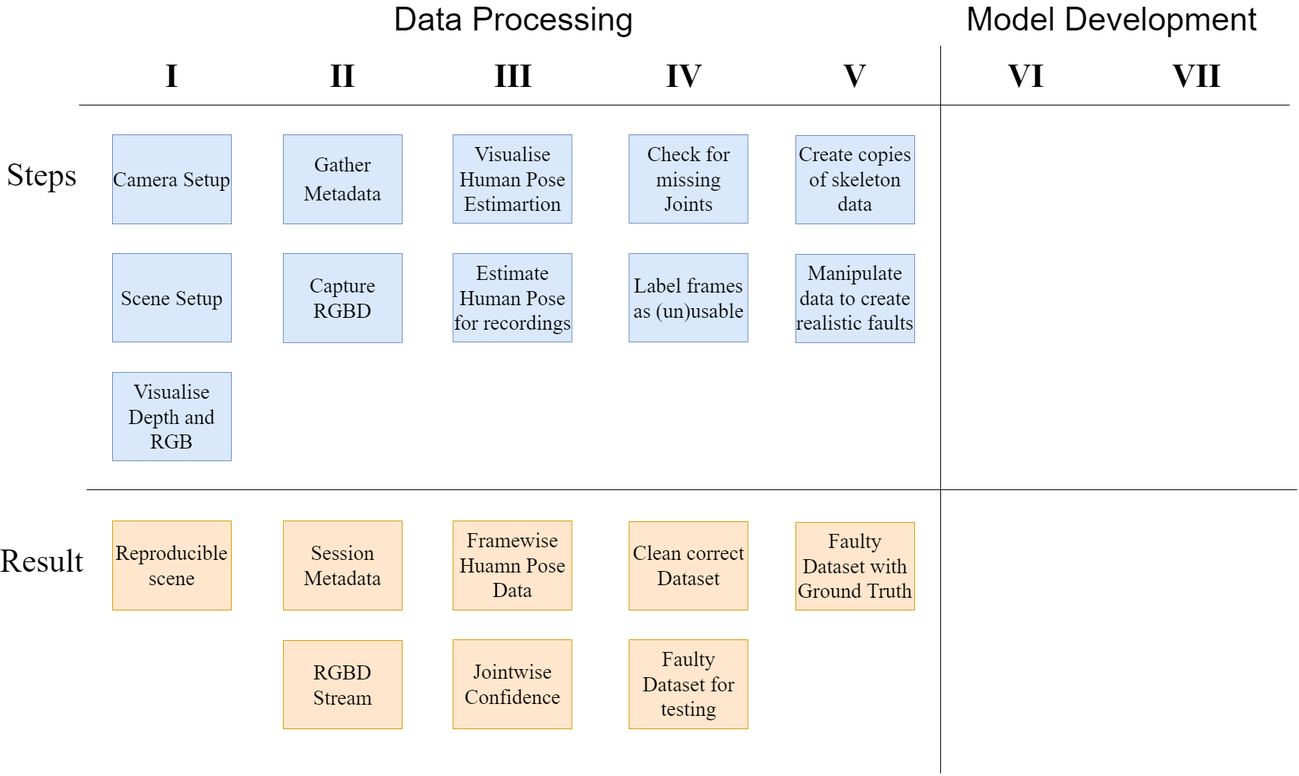
Before: docs/Thesis/figures/ProcessingPipeline/ProcessingPipeline.png, a diagram exported from draw.io (LeonardoPohl/FESD). Source tidied: cells renumbered, new cells last; positions are measured from the earlier drawing's top-left corner, leaving out a move shared by most shapes.
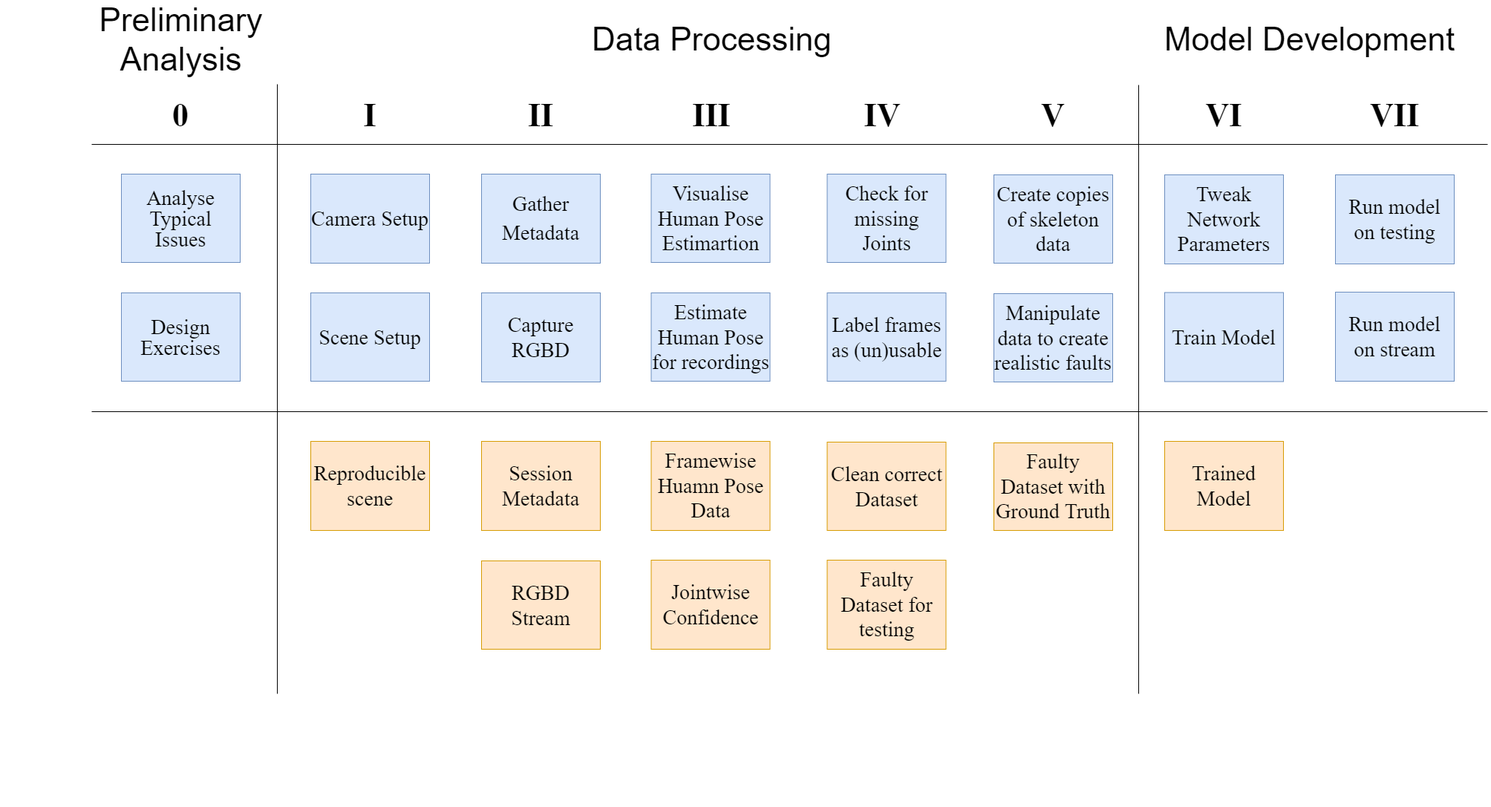
The same diagram one commit later.

Commit message:
Extended Pipeline

The edit, as a diff of the source:
```diff
@@ -7,12 +7,12 @@
     </mxCell>
     <mxCell id="3" style="endArrow=none;html=1;rounded=0;fontFamily=Times New Roman;fontSize=22;" parent="2" edge="1">
       <mxGeometry relative="1" as="geometry">
-        <mxPoint x="-230" y="568" as="sourcePoint" />
-        <mxPoint x="1400" y="568" as="targetPoint" />
+        <mxPoint x="-490" y="410" as="sourcePoint" />
+        <mxPoint x="1390" y="410" as="targetPoint" />
       </mxGeometry>
     </mxCell>
     <mxCell id="4" value="&lt;div style=&quot;font-size: 28px;&quot;&gt;&lt;font style=&quot;font-size: 28px;&quot;&gt;Session Metadata&lt;/font&gt;&lt;/div&gt;" style="rounded=0;whiteSpace=wrap;html=1;fontFamily=Times New Roman;fontSize=28;fillColor=#ffe6cc;strokeColor=#d79b00;" parent="2" vertex="1">
-      <mxGeometry x="35" y="610" width="160" height="120" as="geometry" />
+      <mxGeometry x="35" y="450" width="160" height="120" as="geometry" />
     </mxCell>
     <mxCell id="5" value="&lt;p style=&quot;line-height: 70%; font-size: 28px;&quot;&gt;&lt;font style=&quot;font-size: 28px;&quot;&gt;Gather&lt;br&gt;&lt;br&gt;Metadata&lt;br style=&quot;font-size: 28px;&quot;&gt;&lt;/font&gt;&lt;/p&gt;" style="rounded=0;whiteSpace=wrap;html=1;fontFamily=Times New Roman;fontSize=28;fillColor=#dae8fc;strokeColor=#6c8ebf;" parent="2" vertex="1">
       <mxGeometry x="35" y="90" width="160" height="120" as="geometry" />
@@ -30,11 +30,8 @@
       <mxGeometry x="35" y="250" width="160" height="119" as="geometry" />
     </mxCell>
     <mxCell id="10" value="&lt;font style=&quot;font-size: 28px;&quot;&gt;Reproducible scene&lt;/font&gt;" style="rounded=0;whiteSpace=wrap;html=1;fontFamily=Times New Roman;fontSize=28;fillColor=#ffe6cc;strokeColor=#d79b00;" parent="7" vertex="1">
-      <mxGeometry x="35" y="610" width="160" height="120" as="geometry" />
+      <mxGeometry x="35" y="450" width="160" height="120" as="geometry" />
     </mxCell>
-    <mxCell id="11" value="Visualise Depth and RGB" style="rounded=0;whiteSpace=wrap;html=1;fontFamily=Times New Roman;fontSize=28;fillColor=#dae8fc;strokeColor=#6c8ebf;" parent="7" vertex="1">
-      <mxGeometry x="35" y="410" width="160" height="119" as="geometry" />
-    </mxCell>
     <mxCell id="12" value="&lt;font style=&quot;font-size: 44px;&quot; face=&quot;Times New Roman&quot;&gt;IV&lt;/font&gt;" style="swimlane;whiteSpace=wrap;html=1;strokeColor=none;fillColor=none;swimlaneLine=0;" parent="1" vertex="1">
       <mxGeometry x="780" y="80" width="230" height="730" as="geometry" />
     </mxCell>
@@ -42,7 +39,7 @@
       <mxGeometry x="40.5" y="90" width="160" height="119" as="geometry" />
     </mxCell>
     <mxCell id="14" value="&lt;div style=&quot;font-size: 28px;&quot;&gt;&lt;font style=&quot;font-size: 28px;&quot;&gt;Clean correct Dataset&lt;/font&gt;&lt;/div&gt;" style="rounded=0;whiteSpace=wrap;html=1;fontFamily=Times New Roman;fontSize=28;fillColor=#ffe6cc;strokeColor=#d79b00;" parent="12" vertex="1">
-      <mxGeometry x="40.5" y="611" width="160" height="119" as="geometry" />
+      <mxGeometry x="40.5" y="451" width="160" height="119" as="geometry" />
     </mxCell>
     <mxCell id="15" value="Label frames as (un)usable" style="rounded=0;whiteSpace=wrap;html=1;fontFamily=Times New Roman;fontSize=28;fillColor=#dae8fc;strokeColor=#6c8ebf;" parent="12" vertex="1">
       <mxGeometry x="40.5" y="250" width="160" height="119" as="geometry" />
@@ -57,7 +54,7 @@
       <mxGeometry x="33.5" y="250" width="160" height="119" as="geometry" />
     </mxCell>
     <mxCell id="19" value="&lt;div style=&quot;font-size: 28px;&quot;&gt;&lt;font style=&quot;font-size: 28px;&quot;&gt;Framewise Huamn Pose Data&lt;/font&gt;&lt;/div&gt;" style="rounded=0;whiteSpace=wrap;html=1;fontFamily=Times New Roman;fontSize=28;fillColor=#ffe6cc;strokeColor=#d79b00;" parent="16" vertex="1">
-      <mxGeometry x="33.5" y="610" width="160" height="120" as="geometry" />
+      <mxGeometry x="33.5" y="450" width="160" height="120" as="geometry" />
     </mxCell>
     <mxCell id="20" value="&lt;font style=&quot;font-size: 44px;&quot; face=&quot;Times New Roman&quot;&gt;V&lt;/font&gt;" style="swimlane;whiteSpace=wrap;html=1;strokeColor=none;fillColor=none;swimlaneLine=0;" parent="1" vertex="1">
       <mxGeometry x="1010" y="80" width="230" height="670" as="geometry" />
@@ -71,44 +68,71 @@
     <mxCell id="23" value="&lt;font style=&quot;font-size: 44px;&quot; face=&quot;Times New Roman&quot;&gt;VII&lt;/font&gt;" style="swimlane;whiteSpace=wrap;html=1;startSize=23;strokeColor=none;fillColor=none;swimlaneLine=0;" parent="1" vertex="1">
       <mxGeometry x="1470" y="80" width="230" height="670" as="geometry" />
     </mxCell>
+    <mxCell id="35" value="&lt;p style=&quot;line-height: 120%; font-size: 28px;&quot;&gt;&lt;font style=&quot;font-size: 28px;&quot;&gt;Run model on testing&lt;br style=&quot;font-size: 28px;&quot;&gt;&lt;/font&gt;&lt;/p&gt;" style="rounded=0;whiteSpace=wrap;html=1;fontFamily=Times New Roman;fontSize=28;fillColor=#dae8fc;strokeColor=#6c8ebf;" parent="23" vertex="1">
+      <mxGeometry x="35" y="91" width="160" height="120" as="geometry" />
+    </mxCell>
+    <mxCell id="36" value="&lt;p style=&quot;line-height: 120%; font-size: 28px;&quot;&gt;&lt;font style=&quot;font-size: 28px;&quot;&gt;Run model on stream&lt;br style=&quot;font-size: 28px;&quot;&gt;&lt;/font&gt;&lt;/p&gt;" style="rounded=0;whiteSpace=wrap;html=1;fontFamily=Times New Roman;fontSize=28;fillColor=#dae8fc;strokeColor=#6c8ebf;" parent="23" vertex="1">
+      <mxGeometry x="35" y="249" width="160" height="120" as="geometry" />
+    </mxCell>
     <mxCell id="24" value="&lt;font style=&quot;font-size: 44px;&quot; face=&quot;Times New Roman&quot;&gt;VI&lt;/font&gt;" style="swimlane;whiteSpace=wrap;html=1;strokeColor=none;fillColor=none;swimlaneLine=0;" parent="1" vertex="1">
       <mxGeometry x="1240" y="80" width="230" height="670" as="geometry" />
     </mxCell>
+    <mxCell id="37" value="&lt;p style=&quot;line-height: 120%; font-size: 28px;&quot;&gt;&lt;font style=&quot;font-size: 28px;&quot;&gt;Tweak Network Parameters&lt;br style=&quot;font-size: 28px;&quot;&gt;&lt;/font&gt;&lt;/p&gt;" style="rounded=0;whiteSpace=wrap;html=1;fontFamily=Times New Roman;fontSize=28;fillColor=#dae8fc;strokeColor=#6c8ebf;" parent="24" vertex="1">
+      <mxGeometry x="35" y="91" width="160" height="120" as="geometry" />
+    </mxCell>
+    <mxCell id="38" value="&lt;p style=&quot;line-height: 70%; font-size: 28px;&quot;&gt;&lt;font style=&quot;font-size: 28px;&quot;&gt;Train Model&lt;/font&gt;&lt;/p&gt;" style="rounded=0;whiteSpace=wrap;html=1;fontFamily=Times New Roman;fontSize=28;fillColor=#dae8fc;strokeColor=#6c8ebf;" parent="24" vertex="1">
+      <mxGeometry x="35" y="249.5" width="160" height="120" as="geometry" />
+    </mxCell>
+    <mxCell id="39" value="&lt;div style=&quot;font-size: 28px;&quot;&gt;&lt;font style=&quot;font-size: 28px;&quot;&gt;Trained Model&lt;/font&gt;&lt;/div&gt;" style="rounded=0;whiteSpace=wrap;html=1;fontFamily=Times New Roman;fontSize=28;fillColor=#ffe6cc;strokeColor=#d79b00;" parent="24" vertex="1">
+      <mxGeometry x="35" y="450" width="160" height="120" as="geometry" />
+    </mxCell>
     <mxCell id="25" style="endArrow=none;html=1;rounded=0;fontFamily=Times New Roman;fontSize=22;" parent="1" edge="1">
       <mxGeometry relative="1" as="geometry">
-        <mxPoint x="80" y="130" as="sourcePoint" />
+        <mxPoint x="-170" y="130" as="sourcePoint" />
         <mxPoint x="1710" y="130" as="targetPoint" />
       </mxGeometry>
     </mxCell>
-    <mxCell id="26" value="&lt;font style=&quot;font-size: 44px;&quot;&gt;Steps&lt;/font&gt;" style="text;html=1;strokeColor=none;fillColor=none;align=center;verticalAlign=middle;whiteSpace=wrap;rounded=0;fontSize=22;fontFamily=Times New Roman;" parent="1" vertex="1">
-      <mxGeometry y="210" width="60" height="30" as="geometry" />
-    </mxCell>
-    <mxCell id="27" value="&lt;font style=&quot;font-size: 44px;&quot;&gt;Result&lt;/font&gt;" style="text;html=1;strokeColor=none;fillColor=none;align=center;verticalAlign=middle;whiteSpace=wrap;rounded=0;fontSize=22;fontFamily=Times New Roman;" parent="1" vertex="1">
-      <mxGeometry y="730" width="60" height="30" as="geometry" />
-    </mxCell>
     <mxCell id="28" value="&lt;div style=&quot;font-size: 28px;&quot;&gt;&lt;font style=&quot;font-size: 28px;&quot;&gt;RGBD Stream&lt;/font&gt;&lt;/div&gt;" style="rounded=0;whiteSpace=wrap;html=1;fontFamily=Times New Roman;fontSize=28;fillColor=#ffe6cc;strokeColor=#d79b00;" parent="1" vertex="1">
-      <mxGeometry x="355" y="851" width="160" height="119" as="geometry" />
+      <mxGeometry x="355" y="691" width="160" height="119" as="geometry" />
     </mxCell>
     <mxCell id="29" value="&lt;div style=&quot;font-size: 28px;&quot;&gt;&lt;font style=&quot;font-size: 28px;&quot;&gt;Jointwise Confidence&lt;/font&gt;&lt;/div&gt;" style="rounded=0;whiteSpace=wrap;html=1;fontFamily=Times New Roman;fontSize=28;fillColor=#ffe6cc;strokeColor=#d79b00;" parent="1" vertex="1">
-      <mxGeometry x="583.5" y="850" width="160" height="120" as="geometry" />
+      <mxGeometry x="583.5" y="690" width="160" height="120" as="geometry" />
     </mxCell>
     <mxCell id="30" value="&lt;div style=&quot;font-size: 28px;&quot;&gt;&lt;font style=&quot;font-size: 28px;&quot;&gt;Faulty Dataset for testing&lt;/font&gt;&lt;/div&gt;" style="rounded=0;whiteSpace=wrap;html=1;fontFamily=Times New Roman;fontSize=28;fillColor=#ffe6cc;strokeColor=#d79b00;" parent="1" vertex="1">
-      <mxGeometry x="820.5" y="850" width="160" height="120" as="geometry" />
+      <mxGeometry x="820.5" y="690" width="160" height="120" as="geometry" />
     </mxCell>
     <mxCell id="31" value="&lt;div style=&quot;font-size: 28px;&quot;&gt;&lt;font style=&quot;font-size: 28px;&quot;&gt;Faulty Dataset with Ground Truth&lt;/font&gt;&lt;/div&gt;" style="rounded=0;whiteSpace=wrap;html=1;fontFamily=Times New Roman;fontSize=28;fillColor=#ffe6cc;strokeColor=#d79b00;" parent="1" vertex="1">
-      <mxGeometry x="1045" y="692" width="160" height="118" as="geometry" />
+      <mxGeometry x="1045" y="532" width="160" height="118" as="geometry" />
     </mxCell>
     <mxCell id="32" style="endArrow=none;html=1;rounded=0;fontFamily=Times New Roman;fontSize=22;" parent="1" edge="1">
       <mxGeometry relative="1" as="geometry">
         <mxPoint x="1240" y="50" as="sourcePoint" />
-        <mxPoint x="1240" y="1030" as="targetPoint" />
+        <mxPoint x="1240" y="870" as="targetPoint" />
       </mxGeometry>
     </mxCell>
     <mxCell id="33" value="Data Processing" style="text;html=1;strokeColor=none;fillColor=none;align=center;verticalAlign=middle;whiteSpace=wrap;rounded=0;fontSize=44;" parent="1" vertex="1">
-      <mxGeometry x="421.8" width="486.5" height="30" as="geometry" />
+      <mxGeometry x="421.8" y="-26" width="486.5" height="30" as="geometry" />
     </mxCell>
     <mxCell id="34" value="Model Development" style="text;html=1;strokeColor=none;fillColor=none;align=center;verticalAlign=middle;whiteSpace=wrap;rounded=0;fontSize=44;" parent="1" vertex="1">
-      <mxGeometry x="1227" width="486.5" height="30" as="geometry" />
+      <mxGeometry x="1227" y="-26" width="486.5" height="30" as="geometry" />
     </mxCell>
+    <mxCell id="40" style="endArrow=none;html=1;rounded=0;fontFamily=Times New Roman;fontSize=22;" parent="1" edge="1">
+      <mxGeometry relative="1" as="geometry">
+        <mxPoint x="80" y="49" as="sourcePoint" />
+        <mxPoint x="80" y="870" as="targetPoint" />
+      </mxGeometry>
+    </mxCell>
+    <mxCell id="41" value="&lt;font face=&quot;Times New Roman&quot;&gt;&lt;span style=&quot;font-size: 44px;&quot;&gt;0&lt;/span&gt;&lt;/font&gt;" style="swimlane;whiteSpace=wrap;html=1;strokeColor=none;fillColor=none;swimlaneLine=0;startSize=23;" parent="1" vertex="1">
+      <mxGeometry x="-165" y="80" width="230" height="730" as="geometry" />
+    </mxCell>
+    <mxCell id="42" value="&lt;p style=&quot;line-height: 100%; font-size: 28px;&quot;&gt;Analyse Typical Issues&lt;br style=&quot;font-size: 28px;&quot;&gt;&lt;/p&gt;" style="rounded=0;whiteSpace=wrap;html=1;fontFamily=Times New Roman;fontSize=28;fillColor=#dae8fc;strokeColor=#6c8ebf;" parent="41" vertex="1">
+      <mxGeometry x="35" y="90" width="160" height="119" as="geometry" />
+    </mxCell>
+    <mxCell id="43" value="&lt;p style=&quot;line-height: 100%; font-size: 28px;&quot;&gt;Design Exercises&lt;br style=&quot;font-size: 28px;&quot;&gt;&lt;/p&gt;" style="rounded=0;whiteSpace=wrap;html=1;fontFamily=Times New Roman;fontSize=28;fillColor=#dae8fc;strokeColor=#6c8ebf;" parent="41" vertex="1">
+      <mxGeometry x="35" y="250" width="160" height="119" as="geometry" />
+    </mxCell>
+    <mxCell id="44" value="Preliminary&lt;br&gt;Analysis" style="text;html=1;strokeColor=none;fillColor=none;align=center;verticalAlign=middle;whiteSpace=wrap;rounded=0;fontSize=44;" parent="1" vertex="1">
+      <mxGeometry x="-293.2" y="-26" width="486.5" height="30" as="geometry" />
+    </mxCell>
   </root>
 </mxGraphModel>
```
